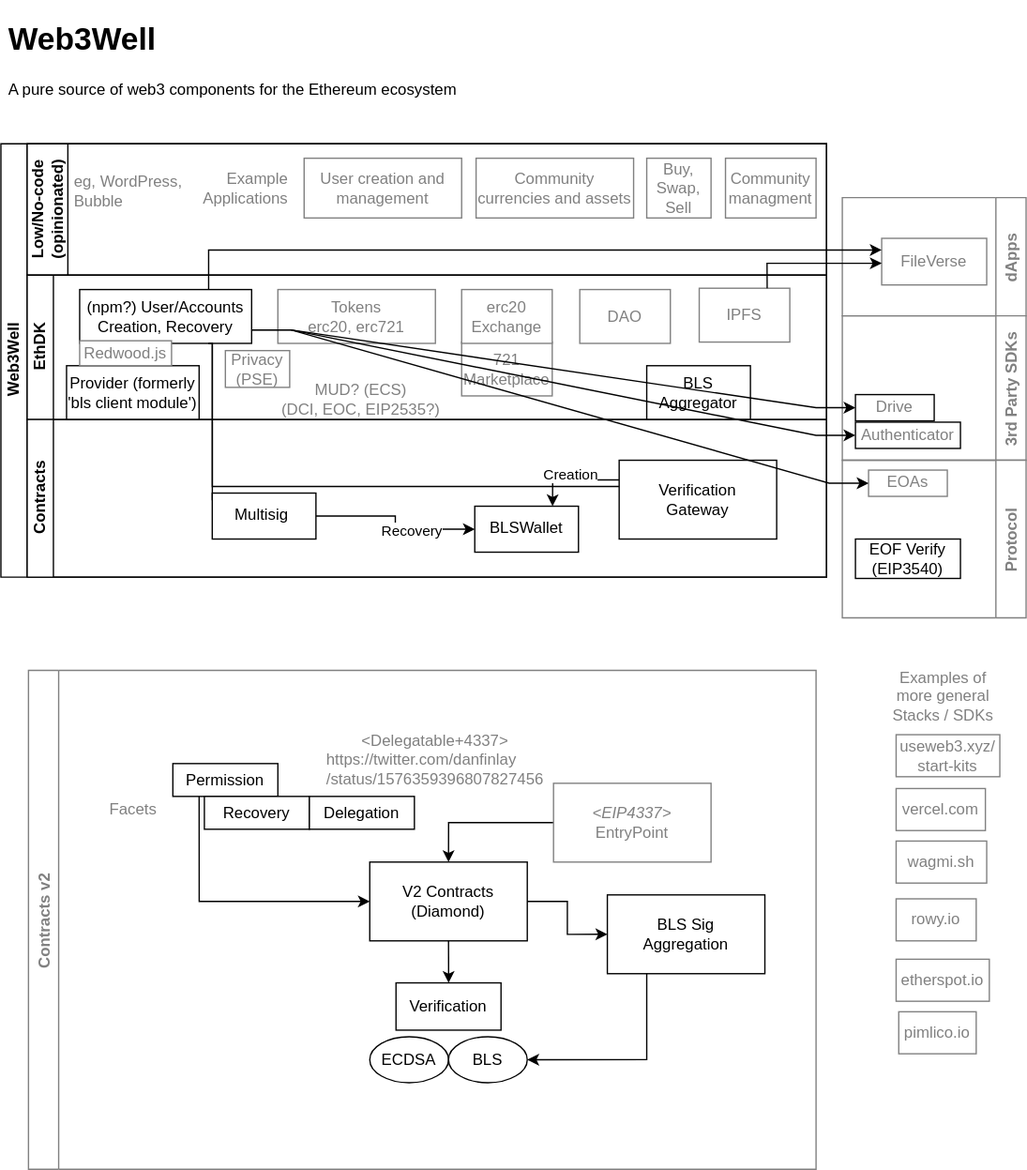
The draw.io diagram docs/images/w3w-components.svg in getwax/ethdk, before a commit. Source tidied: cells renumbered, new cells last; positions are measured from the earlier drawing's top-left corner, leaving out a move shared by most shapes.
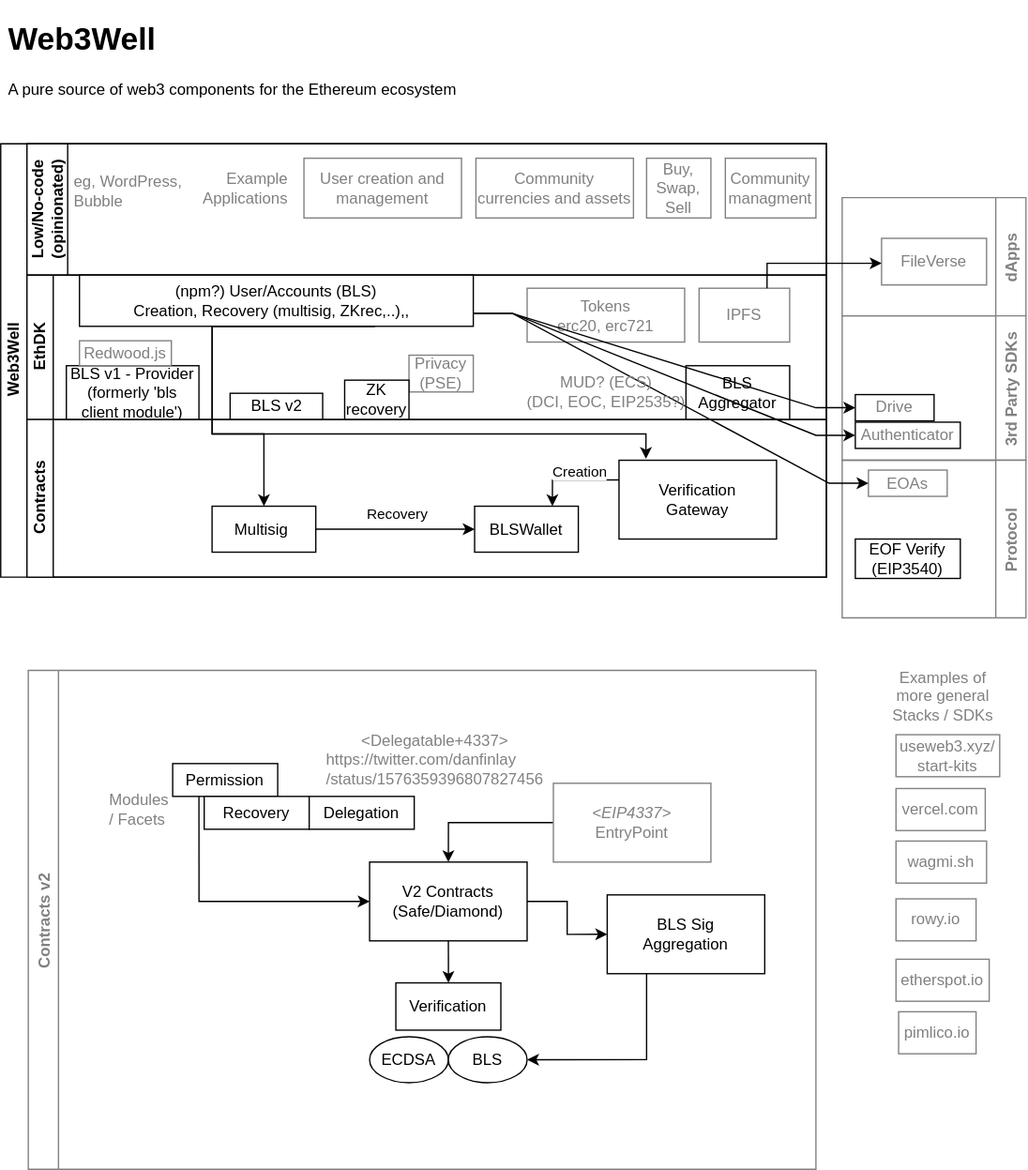
The same file after the commit.

What changed in the source:
```diff
@@ -30,57 +30,53 @@
       <mxGeometry x="20" y="100" width="609" height="110" as="geometry" />
     </mxCell>
     <mxCell id="11" value="BLS&lt;br&gt;Aggregator" style="rounded=0;whiteSpace=wrap;html=1;" parent="10" vertex="1">
-      <mxGeometry x="472" y="69" width="79" height="41" as="geometry" />
+      <mxGeometry x="502" y="69" width="79" height="41" as="geometry" />
     </mxCell>
-    <mxCell id="12" value="(npm?) User/Accounts&lt;br&gt;Creation, Recovery" style="rounded=0;whiteSpace=wrap;html=1;" parent="10" vertex="1">
-      <mxGeometry x="40" y="11" width="131" height="41" as="geometry" />
+    <mxCell id="12" value="(npm?) User/Accounts (BLS)&lt;br&gt;Creation, Recovery (multisig, ZKrec,..),,&amp;nbsp;&amp;nbsp;" style="rounded=0;whiteSpace=wrap;html=1;" parent="10" vertex="1">
+      <mxGeometry x="40" width="300" height="39" as="geometry" />
     </mxCell>
     <mxCell id="13" value="&lt;font color=&quot;#808080&quot;&gt;Tokens&lt;br&gt;erc20, erc721&lt;/font&gt;" style="rounded=0;whiteSpace=wrap;html=1;strokeColor=#808080;" parent="10" vertex="1">
-      <mxGeometry x="191" y="11" width="120" height="41" as="geometry" />
+      <mxGeometry x="381" y="10" width="120" height="41" as="geometry" />
     </mxCell>
-    <mxCell id="14" value="&lt;font color=&quot;#808080&quot;&gt;DAO&lt;/font&gt;" style="rounded=0;whiteSpace=wrap;html=1;strokeColor=#808080;" parent="10" vertex="1">
-      <mxGeometry x="421" y="11" width="69" height="41" as="geometry" />
-    </mxCell>
-    <mxCell id="15" value="&lt;font color=&quot;#808080&quot;&gt;721 Marketplace&lt;/font&gt;" style="rounded=0;whiteSpace=wrap;html=1;strokeColor=#808080;" parent="10" vertex="1">
-      <mxGeometry x="331" y="51" width="69" height="41" as="geometry" />
-    </mxCell>
-    <mxCell id="16" value="&lt;font color=&quot;#808080&quot;&gt;erc20 Exchange&lt;/font&gt;" style="rounded=0;whiteSpace=wrap;html=1;strokeColor=#808080;" parent="10" vertex="1">
-      <mxGeometry x="331" y="11" width="69" height="41" as="geometry" />
-    </mxCell>
-    <mxCell id="17" value="Provider (formerly 'bls client module')" style="rounded=0;whiteSpace=wrap;html=1;" parent="10" vertex="1">
+    <mxCell id="17" value="BLS v1 - Provider (formerly 'bls client module')" style="rounded=0;whiteSpace=wrap;html=1;" parent="10" vertex="1">
       <mxGeometry x="30" y="69" width="101" height="41" as="geometry" />
     </mxCell>
     <mxCell id="18" value="&lt;font color=&quot;#808080&quot;&gt;IPFS&lt;/font&gt;" style="rounded=0;whiteSpace=wrap;html=1;strokeColor=#808080;" parent="10" vertex="1">
       <mxGeometry x="512" y="10" width="69" height="41" as="geometry" />
     </mxCell>
     <mxCell id="19" value="&lt;font color=&quot;#808080&quot;&gt;Privacy (PSE)&lt;/font&gt;" style="rounded=0;whiteSpace=wrap;html=1;strokeColor=#808080;" parent="10" vertex="1">
-      <mxGeometry x="151" y="57.5" width="49" height="28" as="geometry" />
+      <mxGeometry x="291" y="61" width="49" height="28" as="geometry" />
     </mxCell>
     <mxCell id="20" value="&lt;font color=&quot;#808080&quot;&gt;Redwood.js&lt;/font&gt;" style="rounded=0;whiteSpace=wrap;html=1;strokeColor=#808080;" parent="10" vertex="1">
       <mxGeometry x="40" y="50" width="70" height="19" as="geometry" />
     </mxCell>
+    <mxCell id="70" value="ZK recovery" style="rounded=0;whiteSpace=wrap;html=1;" parent="10" vertex="1">
+      <mxGeometry x="242" y="80" width="49" height="30" as="geometry" />
+    </mxCell>
+    <mxCell id="71" value="BLS v2" style="rounded=0;whiteSpace=wrap;html=1;" parent="10" vertex="1">
+      <mxGeometry x="154.8" y="90" width="70.5" height="20" as="geometry" />
+    </mxCell>
-    <mxCell id="21" style="edgeStyle=orthogonalEdgeStyle;rounded=0;jettySize=auto;html=1;exitX=0.75;exitY=1;exitDx=0;exitDy=0;entryX=0.25;entryY=0;entryDx=0;entryDy=0;" parent="2" edge="1" source="12" target="27">
+    <mxCell id="21" style="edgeStyle=orthogonalEdgeStyle;rounded=0;jettySize=auto;html=1;exitX=0.75;exitY=1;exitDx=0;exitDy=0;entryX=0.171;entryY=-0.017;entryDx=0;entryDy=0;entryPerimeter=0;" parent="2" edge="1" source="12" target="27">
       <mxGeometry relative="1" as="geometry">
         <Array as="points">
-          <mxPoint x="161" y="261" />
-          <mxPoint x="501" y="261" />
+          <mxPoint x="161" y="139" />
+          <mxPoint x="161" y="221" />
+          <mxPoint x="492" y="221" />
         </Array>
       </mxGeometry>
     </mxCell>
     <mxCell id="22" style="edgeStyle=orthogonalEdgeStyle;rounded=0;jettySize=auto;html=1;exitX=0.75;exitY=1;exitDx=0;exitDy=0;entryX=0.5;entryY=0;entryDx=0;entryDy=0;" parent="2" edge="1" source="12" target="31">
       <mxGeometry relative="1" as="geometry">
         <Array as="points">
-          <mxPoint x="161" y="271" />
-          <mxPoint x="201" y="271" />
+          <mxPoint x="161" y="139" />
+          <mxPoint x="161" y="221" />
+          <mxPoint x="201" y="221" />
         </Array>
       </mxGeometry>
     </mxCell>
     <mxCell id="23" value="Contracts" style="swimlane;html=1;startSize=20;horizontal=0;" parent="2" vertex="1">
       <mxGeometry x="20" y="210" width="609" height="120" as="geometry" />
     </mxCell>
-    <mxCell id="24" value="MUD? (ECS)&lt;br&gt;(DCI, EOC, EIP2535?)" style="text;html=1;strokeColor=none;fillColor=none;align=center;verticalAlign=middle;whiteSpace=wrap;rounded=0;fontColor=#808080;" parent="23" vertex="1">
-      <mxGeometry x="184" y="-34" width="141" height="37" as="geometry" />
-    </mxCell>
     <mxCell id="25" style="edgeStyle=orthogonalEdgeStyle;rounded=0;jettySize=auto;html=1;exitX=0;exitY=0.25;exitDx=0;exitDy=0;entryX=0.75;entryY=0;entryDx=0;entryDy=0;" parent="23" edge="1" source="27" target="28">
       <mxGeometry relative="1" as="geometry">
         <Array as="points">
@@ -90,7 +86,7 @@
     </mxCell>
     <mxCell id="26" value="Creation" style="edgeLabel;html=1;align=center;verticalAlign=middle;" parent="25" vertex="1">
       <mxGeometry x="0.07" y="1" relative="1" as="geometry">
-        <mxPoint y="-6" as="offset" />
+        <mxPoint x="8" y="-8" as="offset" />
       </mxGeometry>
     </mxCell>
     <mxCell id="27" value="Verification&lt;br&gt;Gateway" style="rounded=0;whiteSpace=wrap;html=1;" parent="23" vertex="1">
@@ -103,10 +99,12 @@
       <mxGeometry relative="1" as="geometry" />
     </mxCell>
     <mxCell id="30" value="Recovery" style="edgeLabel;html=1;align=center;verticalAlign=middle;" parent="29" vertex="1">
-      <mxGeometry x="0.25" y="-1" relative="1" as="geometry" />
+      <mxGeometry x="0.25" y="-1" relative="1" as="geometry">
+        <mxPoint x="-15" y="-13" as="offset" />
+      </mxGeometry>
     </mxCell>
     <mxCell id="31" value="Multisig&amp;nbsp;" style="rounded=0;whiteSpace=wrap;html=1;" parent="23" vertex="1">
-      <mxGeometry x="141" y="56" width="79" height="35" as="geometry" />
+      <mxGeometry x="141" y="66" width="79" height="35" as="geometry" />
     </mxCell>
     <mxCell id="32" value="&lt;h1&gt;Web3Well&lt;/h1&gt;&lt;p&gt;A pure source of web3 components for the Ethereum ecosystem&lt;/p&gt;" style="text;html=1;strokeColor=none;fillColor=none;spacing=5;spacingTop=-20;whiteSpace=wrap;overflow=hidden;rounded=0;" parent="1" vertex="1">
       <mxGeometry x="1" width="370" height="80" as="geometry" />
@@ -129,7 +127,7 @@
     <mxCell id="38" style="edgeStyle=entityRelationEdgeStyle;rounded=0;jettySize=auto;html=1;exitX=1;exitY=0.75;exitDx=0;exitDy=0;entryX=0;entryY=0.5;entryDx=0;entryDy=0;fontColor=#808080;" parent="1" edge="1" source="12" target="36">
       <mxGeometry relative="1" as="geometry" />
     </mxCell>
-    <mxCell id="39" style="edgeStyle=entityRelationEdgeStyle;rounded=0;jettySize=auto;html=1;exitX=1;exitY=0.75;exitDx=0;exitDy=0;entryX=0;entryY=0.5;entryDx=0;entryDy=0;fontColor=#808080;" parent="1" edge="1" source="12" target="37">
+    <mxCell id="39" style="edgeStyle=entityRelationEdgeStyle;rounded=0;jettySize=auto;html=1;exitX=1;exitY=0.75;exitDx=0;exitDy=0;entryX=0;entryY=0.5;entryDx=0;entryDy=0;fontColor=#808080;startArrow=none;" parent="1" edge="1" source="12" target="37">
       <mxGeometry relative="1" as="geometry" />
     </mxCell>
     <mxCell id="40" value="Protocol" style="swimlane;horizontal=0;fontColor=#808080;strokeColor=#808080;fillColor=#FFFFFF;direction=west;" parent="1" vertex="1">
@@ -144,13 +142,6 @@
     <mxCell id="43" style="edgeStyle=entityRelationEdgeStyle;rounded=0;jettySize=auto;html=1;exitX=1;exitY=0.75;exitDx=0;exitDy=0;entryX=0;entryY=0.5;entryDx=0;entryDy=0;fontColor=#808080;" parent="1" edge="1" source="12" target="41">
       <mxGeometry relative="1" as="geometry" />
     </mxCell>
-    <mxCell id="44" style="edgeStyle=orthogonalEdgeStyle;rounded=0;jettySize=auto;html=1;exitX=0.75;exitY=0;exitDx=0;exitDy=0;entryX=0;entryY=0.25;entryDx=0;entryDy=0;fontColor=#808080;" parent="1" edge="1" source="12" target="34">
-      <mxGeometry relative="1" as="geometry">
-        <Array as="points">
-          <mxPoint x="158" y="180" />
-        </Array>
-      </mxGeometry>
-    </mxCell>
     <mxCell id="45" style="edgeStyle=orthogonalEdgeStyle;rounded=0;jettySize=auto;html=1;exitX=0.75;exitY=0;exitDx=0;exitDy=0;fontColor=#808080;" parent="1" edge="1" source="18">
       <mxGeometry relative="1" as="geometry">
         <mxPoint x="671" y="190" as="targetPoint" />
@@ -163,7 +154,7 @@
     <mxCell id="46" value="Contracts v2" style="swimlane;horizontal=0;fontColor=#808080;strokeColor=#808080;fillColor=#FFFFFF;" parent="1" vertex="1">
       <mxGeometry x="21" y="500" width="600" height="380" as="geometry" />
     </mxCell>
-    <mxCell id="47" value="V2 Contracts&lt;br&gt;(Diamond)" style="rounded=0;whiteSpace=wrap;html=1;" parent="46" vertex="1">
+    <mxCell id="47" value="V2 Contracts&lt;br&gt;(Safe/Diamond)" style="rounded=0;whiteSpace=wrap;html=1;" parent="46" vertex="1">
       <mxGeometry x="260" y="146" width="120" height="60" as="geometry" />
     </mxCell>
     <mxCell id="48" value="ECDSA" style="ellipse;whiteSpace=wrap;html=1;fillColor=#FFFFFF;" parent="46" vertex="1">
@@ -199,7 +190,7 @@
     <mxCell id="58" value="Delegation" style="rounded=0;whiteSpace=wrap;html=1;" parent="46" vertex="1">
       <mxGeometry x="214" y="96" width="80" height="25" as="geometry" />
     </mxCell>
-    <mxCell id="59" value="Facets" style="text;html=1;strokeColor=none;fillColor=none;align=left;verticalAlign=middle;whiteSpace=wrap;rounded=0;fontColor=#808080;" parent="46" vertex="1">
+    <mxCell id="59" value="Modules&lt;br&gt;/ Facets" style="text;html=1;strokeColor=none;fillColor=none;align=left;verticalAlign=middle;whiteSpace=wrap;rounded=0;fontColor=#808080;" parent="46" vertex="1">
       <mxGeometry x="60" y="91" width="60" height="30" as="geometry" />
     </mxCell>
     <mxCell id="60" value="BLS" style="ellipse;whiteSpace=wrap;html=1;fillColor=#FFFFFF;" parent="46" vertex="1">
@@ -232,5 +223,8 @@
     <mxCell id="69" value="Examples of more general&lt;br&gt;Stacks / SDKs" style="text;html=1;strokeColor=none;fillColor=none;align=center;verticalAlign=middle;whiteSpace=wrap;rounded=0;fontColor=#808080;" parent="1" vertex="1">
       <mxGeometry x="672.5" y="500" width="90" height="40" as="geometry" />
     </mxCell>
+    <mxCell id="24" value="MUD? (ECS)&lt;br&gt;(DCI, EOC, EIP2535?)" style="text;html=1;strokeColor=none;fillColor=none;align=center;verticalAlign=middle;whiteSpace=wrap;rounded=0;fontColor=#808080;" parent="1" vertex="1">
+      <mxGeometry x="391" y="270" width="141" height="37" as="geometry" />
+    </mxCell>
   </root>
 </mxGraphModel>
```
